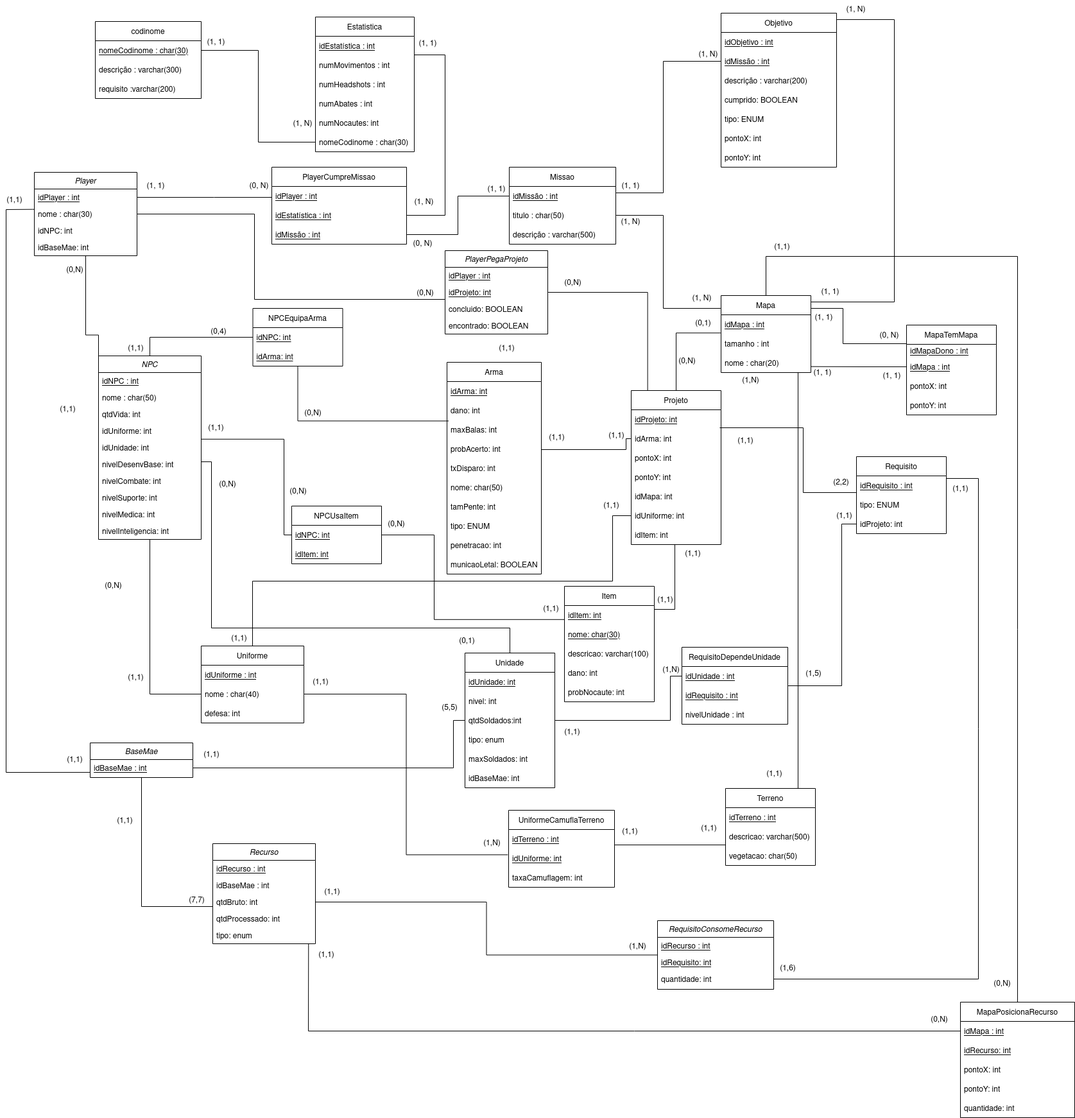
The draw.io diagram documentos/MREL/MREL_V2.0drawio.drawio.png in SBD1/Grupo02-MetalGearSolid, before a commit. Source tidied: cells renumbered, new cells last; positions are measured from the earlier drawing's top-left corner, leaving out a move shared by most shapes.
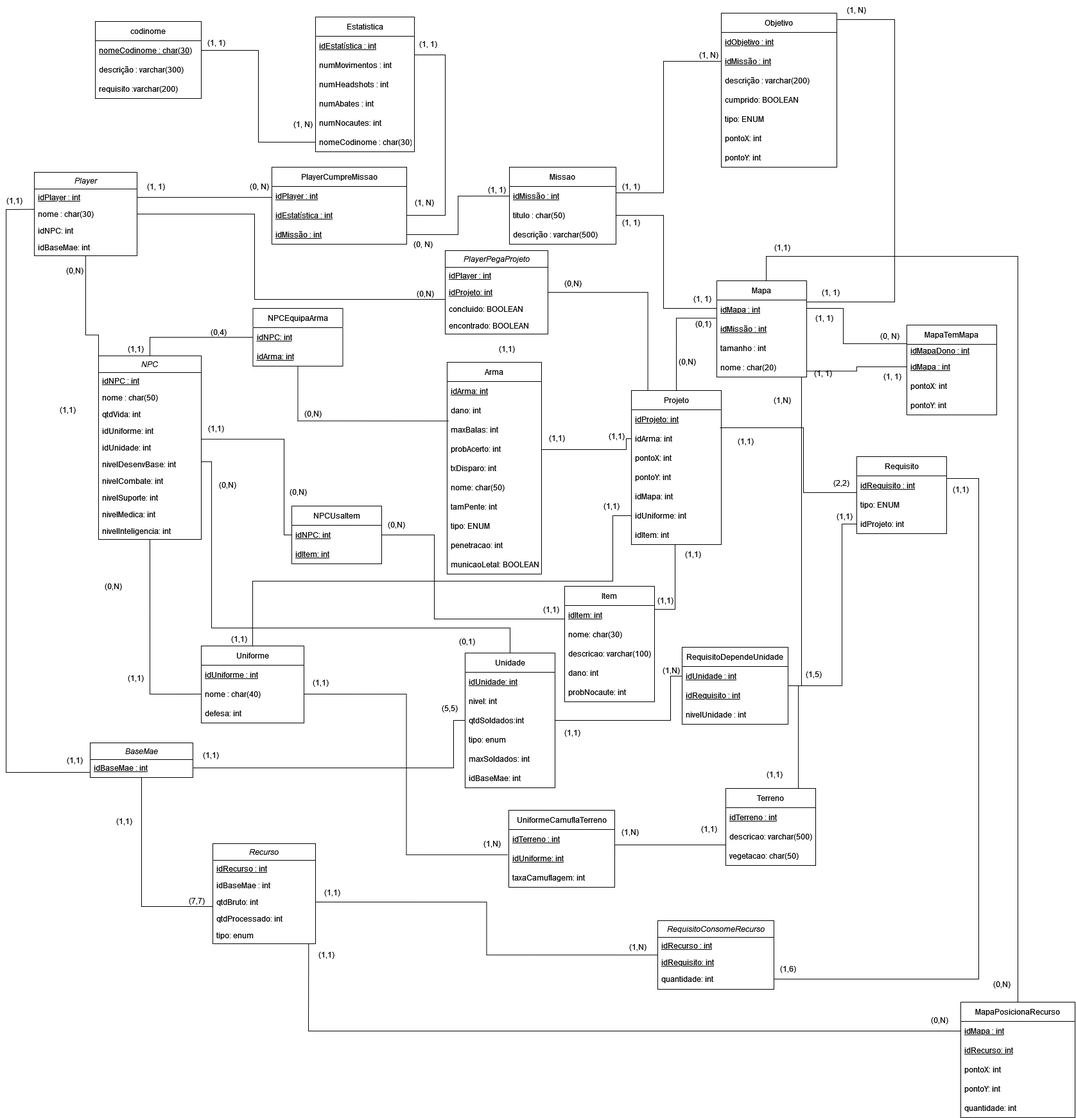
Above is the later version.

Commit message:
Issue #21 : primeira parte terminada(MREL)

Change to the diagram source:
```diff
@@ -116,16 +116,19 @@
       </mxGeometry>
     </mxCell>
     <mxCell id="34" value="Mapa" style="swimlane;fontStyle=0;horizontal=1;startSize=30;" parent="1" vertex="1">
-      <mxGeometry x="1123" y="460" width="140" height="120" as="geometry" />
+      <mxGeometry x="1116" y="437" width="140" height="150" as="geometry" />
     </mxCell>
     <mxCell id="35" value="idMapa : int" style="text;strokeColor=none;fillColor=none;align=left;verticalAlign=middle;spacingLeft=4;spacingRight=4;overflow=hidden;points=[[0,0.5],[1,0.5]];portConstraint=eastwest;fontStyle=4;" parent="34" vertex="1">
       <mxGeometry y="30" width="140" height="30" as="geometry" />
     </mxCell>
+    <mxCell id="239" value="idMissão : int" style="text;strokeColor=none;fillColor=none;align=left;verticalAlign=middle;spacingLeft=4;spacingRight=4;overflow=hidden;fontStyle=4;" parent="34" vertex="1">
+      <mxGeometry y="60" width="140" height="30" as="geometry" />
+    </mxCell>
     <mxCell id="36" value="tamanho : int" style="text;strokeColor=none;fillColor=none;align=left;verticalAlign=middle;spacingLeft=4;spacingRight=4;overflow=hidden;" parent="34" vertex="1">
-      <mxGeometry y="60" width="140" height="30" as="geometry" />
+      <mxGeometry y="90" width="140" height="30" as="geometry" />
     </mxCell>
     <mxCell id="37" value="nome : char(20)" style="text;strokeColor=none;fillColor=none;align=left;verticalAlign=middle;spacingLeft=4;spacingRight=4;overflow=hidden;points=[[0,0.5],[1,0.5]];portConstraint=eastwest;" parent="34" vertex="1">
-      <mxGeometry y="90" width="140" height="30" as="geometry" />
+      <mxGeometry y="120" width="140" height="30" as="geometry" />
     </mxCell>
     <mxCell id="38" style="edgeStyle=orthogonalEdgeStyle;rounded=0;jettySize=auto;html=1;entryX=1;entryY=0.5;entryDx=0;entryDy=0;endArrow=none;endFill=0;" parent="1" edge="1" source="13" target="10">
       <mxGeometry relative="1" as="geometry">
@@ -158,11 +161,11 @@
     <mxCell id="44" value="(1, N)" style="text;html=1;align=center;verticalAlign=middle;strokeColor=none;fillColor=none;" parent="1" vertex="1">
       <mxGeometry x="1073" y="70" width="60" height="30" as="geometry" />
     </mxCell>
-    <mxCell id="45" value="(1, N)" style="text;html=1;align=center;verticalAlign=middle;strokeColor=none;fillColor=none;" parent="1" vertex="1">
-      <mxGeometry x="1063" y="450" width="60" height="30" as="geometry" />
+    <mxCell id="45" value="(1, 1)" style="text;html=1;align=center;verticalAlign=middle;strokeColor=none;fillColor=none;" parent="1" vertex="1">
+      <mxGeometry x="1070" y="452" width="46" height="26" as="geometry" />
     </mxCell>
-    <mxCell id="46" value="(1, N)" style="text;html=1;align=center;verticalAlign=middle;strokeColor=none;fillColor=none;" parent="1" vertex="1">
-      <mxGeometry x="951.5" y="331" width="60" height="30" as="geometry" />
+    <mxCell id="46" value="(1, 1)" style="text;html=1;align=center;verticalAlign=middle;strokeColor=none;fillColor=none;" parent="1" vertex="1">
+      <mxGeometry x="958.5" y="333" width="46" height="26" as="geometry" />
     </mxCell>
     <mxCell id="47" value="(1, 1)" style="text;html=1;align=center;verticalAlign=middle;strokeColor=none;fillColor=none;" parent="1" vertex="1">
       <mxGeometry x="1263" y="440" width="60" height="30" as="geometry" />
@@ -316,11 +319,12 @@
     <mxCell id="90" value="tipo: enum" style="text;align=left;verticalAlign=top;spacingLeft=4;spacingRight=4;overflow=hidden;points=[[0,0.5],[1,0.5]];portConstraint=eastwest;rounded=0;shadow=0;html=0;" parent="85" vertex="1">
       <mxGeometry y="130" width="160" height="26" as="geometry" />
     </mxCell>
-    <mxCell id="91" style="edgeStyle=orthogonalEdgeStyle;rounded=0;jettySize=auto;html=1;endArrow=none;endFill=0;" parent="1" edge="1" source="92" target="37">
+    <mxCell id="91" style="edgeStyle=orthogonalEdgeStyle;rounded=0;jettySize=auto;html=1;endArrow=none;endFill=0;" parent="1" edge="1" source="92">
       <mxGeometry relative="1" as="geometry">
+        <mxPoint x="1248" y="587" as="targetPoint" />
         <Array as="points">
           <mxPoint x="1243" y="1068" />
-          <mxPoint x="1243" y="1068" />
+          <mxPoint x="1248" y="1068" />
         </Array>
       </mxGeometry>
     </mxCell>
@@ -432,7 +436,7 @@
     <mxCell id="124" value="idItem: int" style="text;strokeColor=none;fillColor=none;align=left;verticalAlign=middle;spacingLeft=4;spacingRight=4;overflow=hidden;points=[[0,0.5],[1,0.5]];portConstraint=eastwest;fontStyle=4;" parent="123" vertex="1">
       <mxGeometry y="30" width="140" height="30" as="geometry" />
     </mxCell>
-    <mxCell id="125" value="nome: char(30)" style="text;strokeColor=none;fillColor=none;align=left;verticalAlign=middle;spacingLeft=4;spacingRight=4;overflow=hidden;fontStyle=4;" parent="123" vertex="1">
+    <mxCell id="125" value="nome: char(30)" style="text;strokeColor=none;fillColor=none;align=left;verticalAlign=middle;spacingLeft=4;spacingRight=4;overflow=hidden;fontStyle=0;" parent="123" vertex="1">
       <mxGeometry y="60" width="140" height="30" as="geometry" />
     </mxCell>
     <mxCell id="126" value="descricao: varchar(100)" style="text;strokeColor=none;fillColor=none;align=left;verticalAlign=middle;spacingLeft=4;spacingRight=4;overflow=hidden;fontStyle=0;" parent="123" vertex="1">
@@ -559,8 +563,8 @@
     <mxCell id="159" value="(1,1)" style="text;html=1;align=center;verticalAlign=middle;strokeColor=none;fillColor=none;" parent="1" vertex="1">
       <mxGeometry x="1082.5" y="1278" width="43" height="26" as="geometry" />
     </mxCell>
-    <mxCell id="160" value="(1,1)" style="text;html=1;align=center;verticalAlign=middle;strokeColor=none;fillColor=none;" parent="1" vertex="1">
-      <mxGeometry x="959" y="1283" width="43" height="26" as="geometry" />
+    <mxCell id="160" value="(1,N)" style="text;html=1;align=center;verticalAlign=middle;strokeColor=none;fillColor=none;" parent="1" vertex="1">
+      <mxGeometry x="958" y="1283" width="45" height="26" as="geometry" />
     </mxCell>
     <mxCell id="161" value="(1,N)" style="text;html=1;align=center;verticalAlign=middle;strokeColor=none;fillColor=none;" parent="1" vertex="1">
       <mxGeometry x="1022" y="1031" width="45" height="26" as="geometry" />
@@ -666,7 +670,7 @@
       <mxGeometry relative="1" as="geometry" />
     </mxCell>
     <mxCell id="190" value="(1,N)" style="text;html=1;align=center;verticalAlign=middle;strokeColor=none;fillColor=none;" parent="1" vertex="1">
-      <mxGeometry x="1146" y="580" width="45" height="26" as="geometry" />
+      <mxGeometry x="1195" y="610" width="45" height="26" as="geometry" />
     </mxCell>
     <mxCell id="191" value="(1,1)" style="text;html=1;align=center;verticalAlign=middle;strokeColor=none;fillColor=none;" parent="1" vertex="1">
       <mxGeometry x="1184" y="1193" width="43" height="26" as="geometry" />
```
